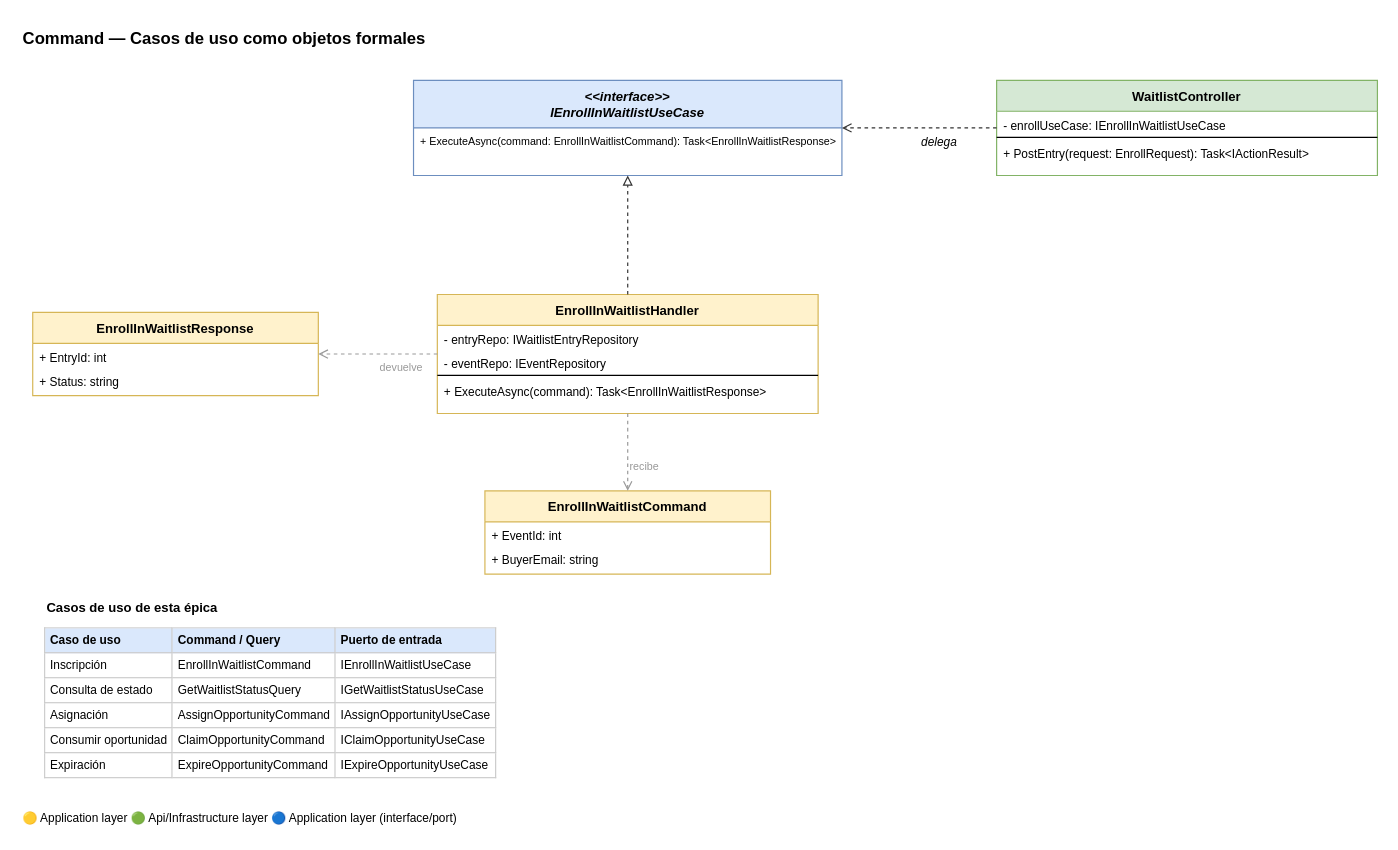
Above: docs/Features/Feature1/patterns/command.drawio in Jomruizgo/ticketing_project_week1 (draw.io), before the change. Source tidied: cells renumbered, new cells numbered last; positions are measured from the earlier drawing's top-left corner, leaving out a move shared by most shapes. Both pictures are drawn from the tidied source at 119%, with x=0, y=0 at pixel (20, 20).
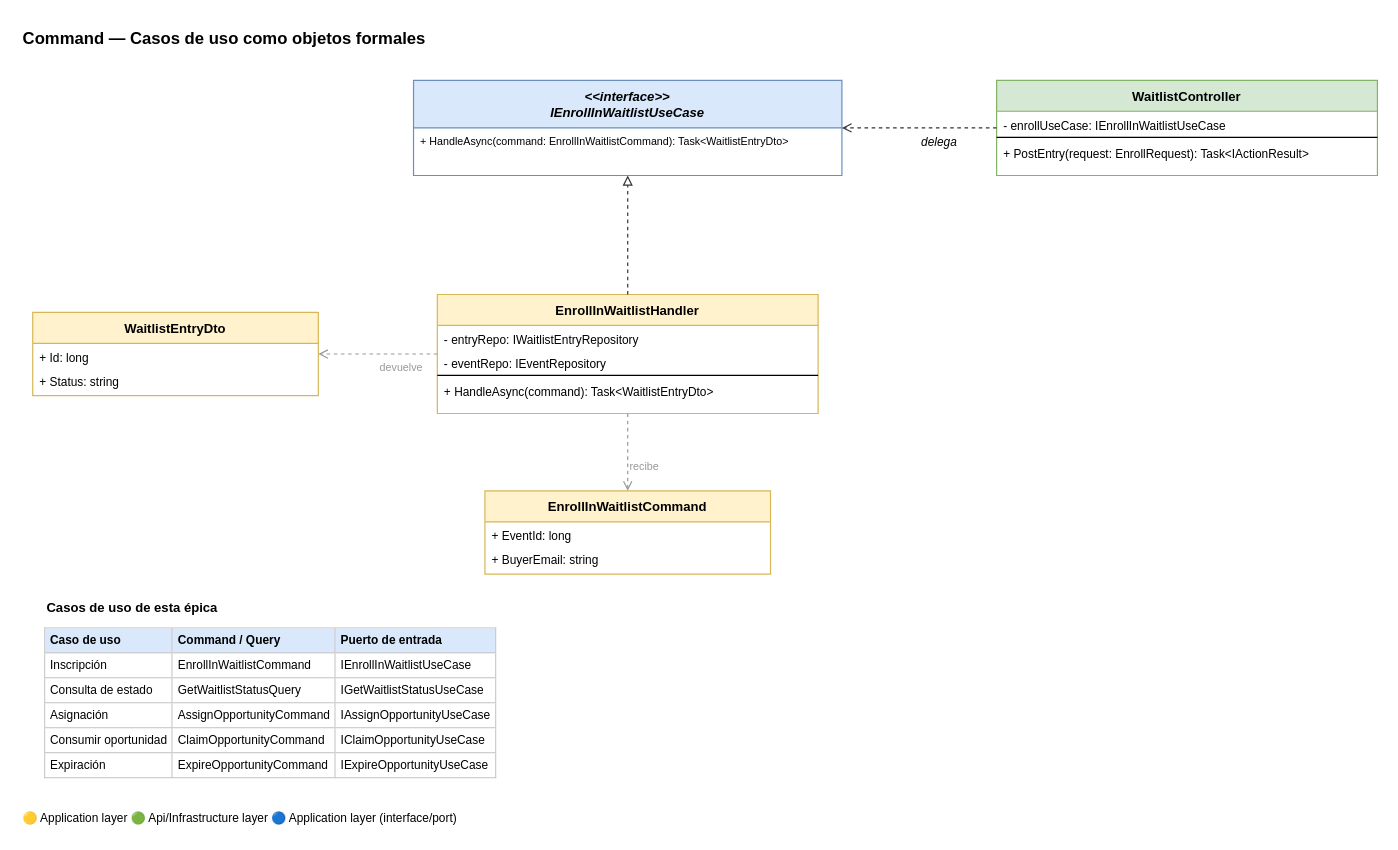
After the change.

Unchanged cells that the change refers to:
```xml
<mxCell id="3" value="&lt;&lt;interface&gt;&gt;&#10;IEnrollInWaitlistUseCase" style="swimlane;fontStyle=3;align=center;startSize=40;fontSize=11;fillColor=#dae8fc;strokeColor=#6c8ebf;" parent="1" vertex="1">
  <mxGeometry x="330" y="50" width="360" height="80" as="geometry" />
</mxCell>
<mxCell id="5" value="EnrollInWaitlistCommand" style="swimlane;fontStyle=1;align=center;startSize=26;fontSize=11;fillColor=#fff2cc;strokeColor=#d6b656;" parent="1" vertex="1">
  <mxGeometry x="390" y="395" width="240" height="70" as="geometry" />
</mxCell>
<mxCell id="11" value="EnrollInWaitlistHandler" style="swimlane;fontStyle=1;align=center;startSize=26;fontSize=11;fillColor=#fff2cc;strokeColor=#d6b656;" parent="1" vertex="1">
  <mxGeometry x="350" y="230" width="320" height="100" as="geometry" />
</mxCell>
```

Diff of the diagram source:
```diff
@@
-    <mxCell id="4" value="+ ExecuteAsync(command: EnrollInWaitlistCommand): Task&lt;EnrollInWaitlistResponse&gt;" style="text;align=left;fontSize=9;spacingLeft=4;" parent="3" vertex="1">
+    <mxCell id="4" value="+ HandleAsync(command: EnrollInWaitlistCommand): Task&lt;WaitlistEntryDto&gt;" style="text;align=left;fontSize=9;spacingLeft=4;" parent="3" vertex="1">
       <mxGeometry y="40" width="360" height="30" as="geometry" />
     </mxCell>
@@
-    <mxCell id="6" value="+ EventId: int" style="text;align=left;fontSize=10;spacingLeft=4;" parent="5" vertex="1">
+    <mxCell id="6" value="+ EventId: long" style="text;align=left;fontSize=10;spacingLeft=4;" parent="5" vertex="1">
       <mxGeometry y="26" width="240" height="20" as="geometry" />
     </mxCell>
@@
-    <mxCell id="8" value="EnrollInWaitlistResponse" style="swimlane;fontStyle=1;align=center;startSize=26;fontSize=11;fillColor=#fff2cc;strokeColor=#d6b656;" parent="1" vertex="1">
+    <mxCell id="8" value="WaitlistEntryDto" style="swimlane;fontStyle=1;align=center;startSize=26;fontSize=11;fillColor=#fff2cc;strokeColor=#d6b656;" parent="1" vertex="1">
       <mxGeometry x="10" y="245" width="240" height="70" as="geometry" />
     </mxCell>
-    <mxCell id="9" value="+ EntryId: int" style="text;align=left;fontSize=10;spacingLeft=4;" parent="8" vertex="1">
+    <mxCell id="9" value="+ Id: long" style="text;align=left;fontSize=10;spacingLeft=4;" parent="8" vertex="1">
       <mxGeometry y="26" width="240" height="20" as="geometry" />
     </mxCell>
@@
-    <mxCell id="15" value="+ ExecuteAsync(command): Task&lt;EnrollInWaitlistResponse&gt;" style="text;align=left;fontSize=10;spacingLeft=4;" parent="11" vertex="1">
+    <mxCell id="15" value="+ HandleAsync(command): Task&lt;WaitlistEntryDto&gt;" style="text;align=left;fontSize=10;spacingLeft=4;" parent="11" vertex="1">
       <mxGeometry y="70" width="320" height="24" as="geometry" />
     </mxCell>
```
